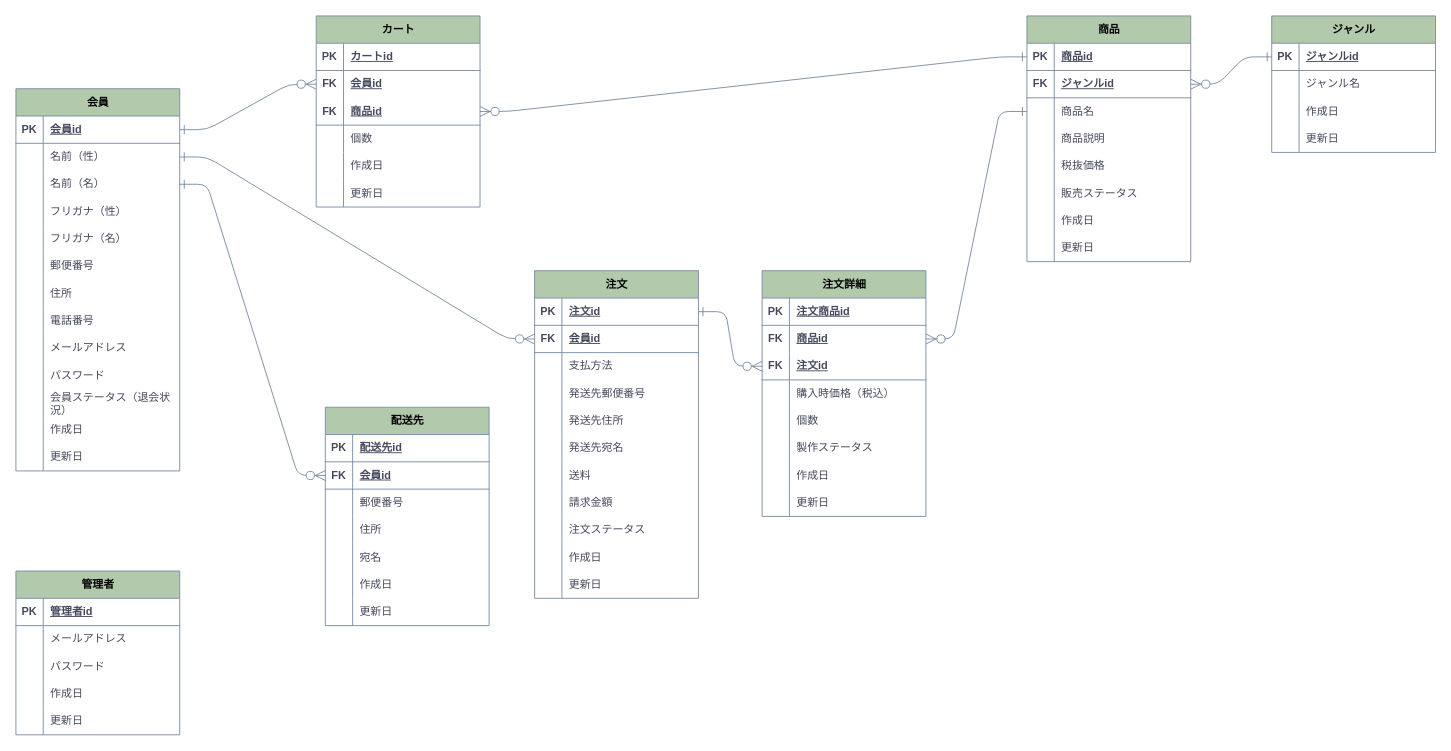
The draw.io diagram ER_nagano-cake.drawio in Ganmo3/drawio, before the edit. Source tidied: cells renumbered, new cells numbered last; positions are measured from the earlier drawing's top-left corner, leaving out a move shared by most shapes. Both pictures are drawn from the tidied source at 91%, with x=0, y=0 at pixel (15, 15).
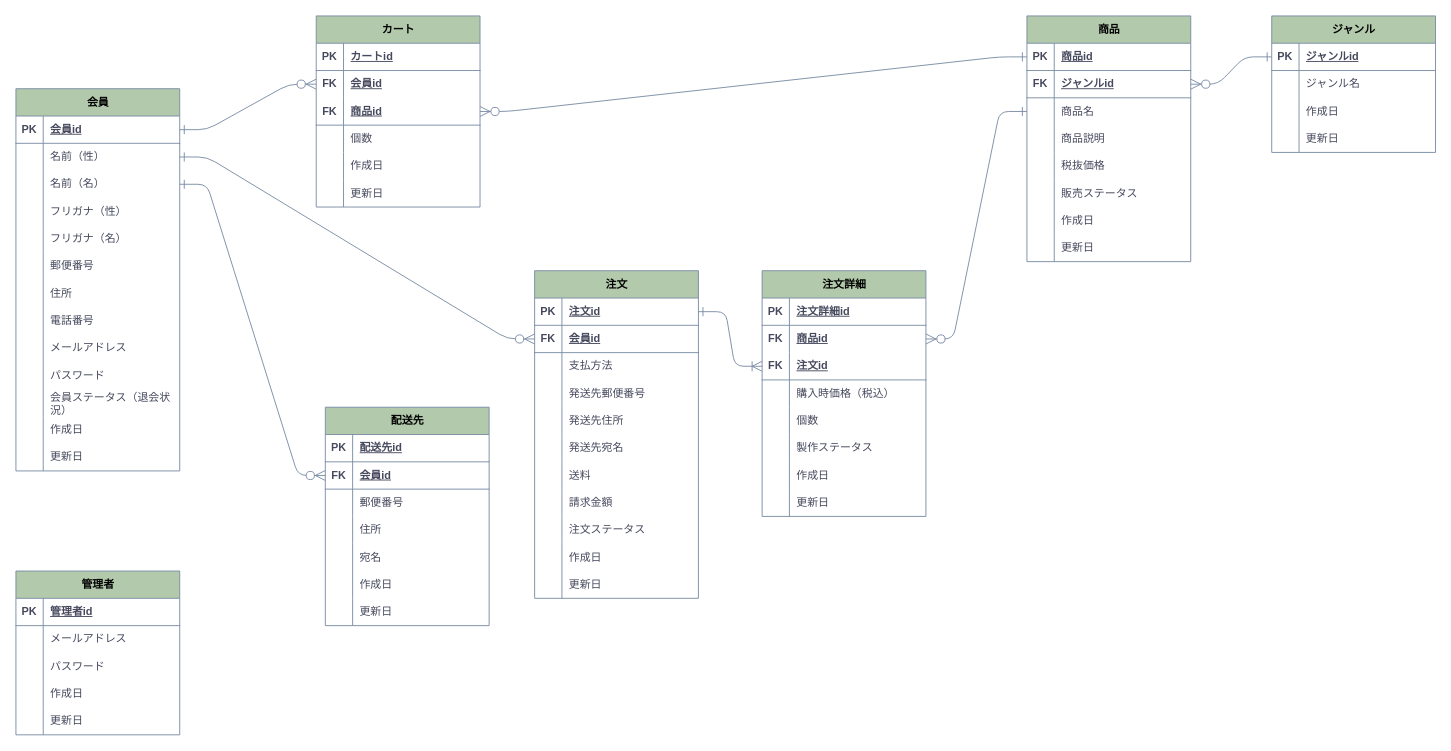
The same page after the edit.

Commit message:
ER_nagano-cake.drawio を更新します

The change refers to these unchanged cells:
```xml
<mxCell id="149" style="shape=tableRow;horizontal=0;startSize=0;swimlaneHead=0;swimlaneBody=0;fillColor=none;points=[[0,0.5],[1,0.5]];portConstraint=eastwest;top=0;left=0;right=0;bottom=1;strokeColor=#788AA3;fontFamily=Helvetica;fontSize=12;fontColor=#46495D;html=1;labelBackgroundColor=none;" parent="148" vertex="1">
  <mxGeometry y="30" width="180" height="30" as="geometry" />
</mxCell>
<mxCell id="183" style="shape=tableRow;horizontal=0;startSize=0;swimlaneHead=0;swimlaneBody=0;fillColor=none;top=0;left=0;right=0;bottom=1;strokeColor=#788AA3;fontFamily=Helvetica;fontSize=12;fontColor=#46495D;html=1;labelBackgroundColor=none;" parent="182" vertex="1">
  <mxGeometry y="30" width="180" height="30" as="geometry" />
</mxCell>
<mxCell id="189" style="shape=tableRow;horizontal=0;startSize=0;swimlaneHead=0;swimlaneBody=0;fillColor=none;points=[[0,0.5],[1,0.5]];portConstraint=eastwest;top=0;left=0;right=0;bottom=1;strokeColor=#788AA3;fontFamily=Helvetica;fontSize=12;fontColor=#46495D;html=1;labelBackgroundColor=none;" parent="182" vertex="1">
  <mxGeometry y="90" width="180" height="30" as="geometry" />
</mxCell>
```

Change to the diagram source:
```diff
@@
-    <mxCell id="185" value="注文商品id" style="shape=partialRectangle;fillColor=none;top=0;left=0;bottom=0;right=0;align=left;spacingLeft=6;fontStyle=5;overflow=hidden;whiteSpace=wrap;html=1;strokeColor=#788AA3;fontFamily=Helvetica;fontSize=12;fontColor=#46495D;startSize=23;labelBackgroundColor=none;" parent="183" vertex="1">
+    <mxCell id="185" value="注文詳細id" style="shape=partialRectangle;fillColor=none;top=0;left=0;bottom=0;right=0;align=left;spacingLeft=6;fontStyle=5;overflow=hidden;whiteSpace=wrap;html=1;strokeColor=#788AA3;fontFamily=Helvetica;fontSize=12;fontColor=#46495D;startSize=23;labelBackgroundColor=none;" parent="183" vertex="1">
       <mxGeometry x="30" width="150" height="30" as="geometry" />
     </mxCell>
@@
-    <mxCell id="207" style="edgeStyle=entityRelationEdgeStyle;fontSize=12;html=1;endArrow=ERzeroToMany;endFill=1;fontFamily=Helvetica;fontColor=default;startSize=8;entryX=0;entryY=0.5;entryDx=0;entryDy=0;exitX=1;exitY=0.5;exitDx=0;exitDy=0;rounded=1;startArrow=ERone;startFill=0;endSize=9;labelBackgroundColor=none;strokeColor=#788AA3;" parent="1" edge="1" source="149" target="189">
+    <mxCell id="207" style="edgeStyle=entityRelationEdgeStyle;fontSize=12;html=1;endArrow=ERoneToMany;endFill=0;fontFamily=Helvetica;fontColor=default;startSize=8;entryX=0;entryY=0.5;entryDx=0;entryDy=0;exitX=1;exitY=0.5;exitDx=0;exitDy=0;rounded=1;startArrow=ERone;startFill=0;endSize=9;labelBackgroundColor=none;strokeColor=#788AA3;" parent="1" edge="1" source="149" target="189">
       <mxGeometry relative="1" as="geometry" />
     </mxCell>
```
